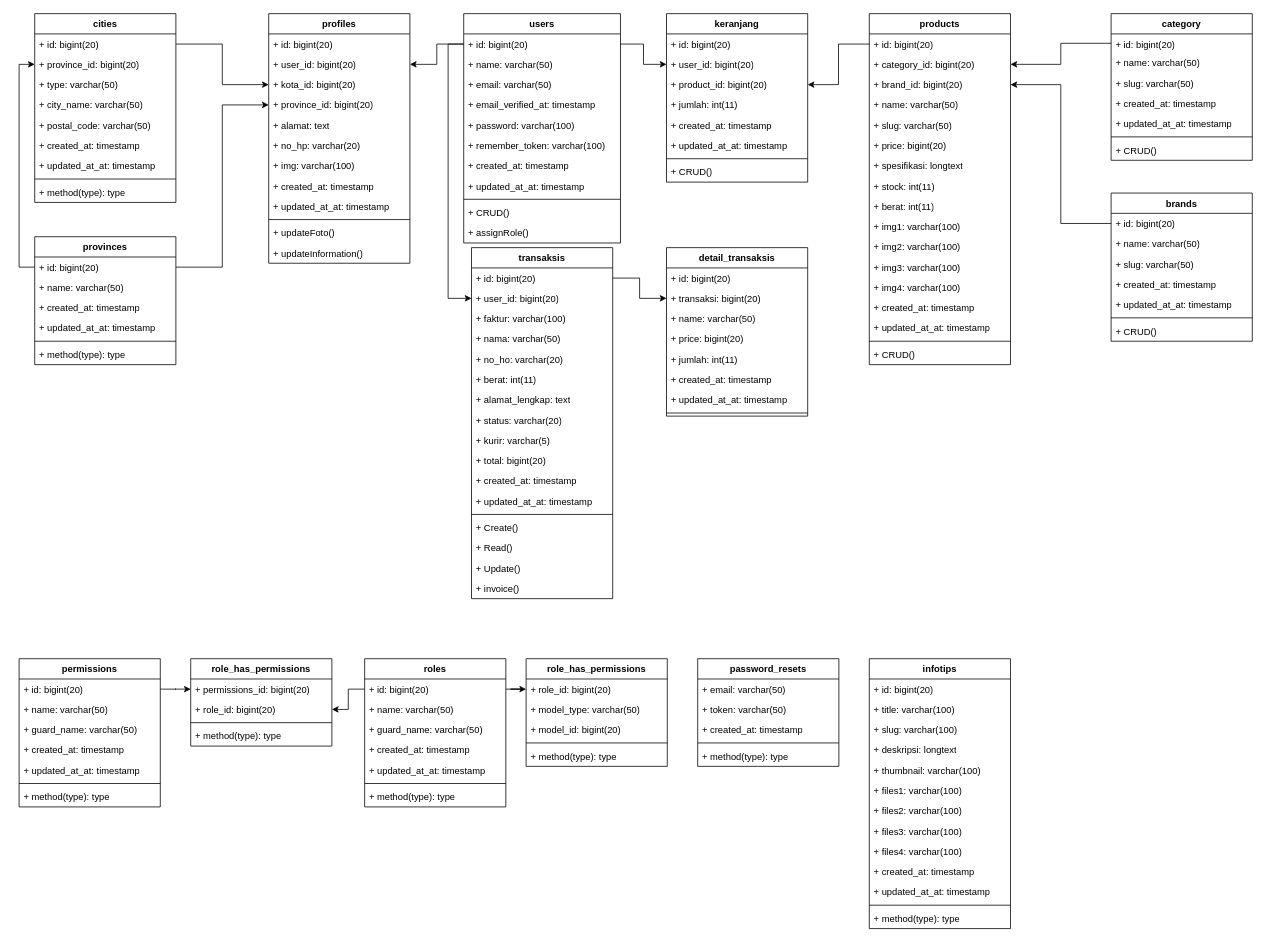
Above: page "Halaman-2" (2 of 2) of classdiagram.drawio in ThikerXCX/umltoko (draw.io), before the change. Source tidied: cells renumbered, new cells numbered last; positions are measured from the earlier drawing's top-left corner, leaving out a move shared by most shapes. Both pictures are drawn from the tidied source at 78%, with x=0, y=0 at pixel (19, 13).
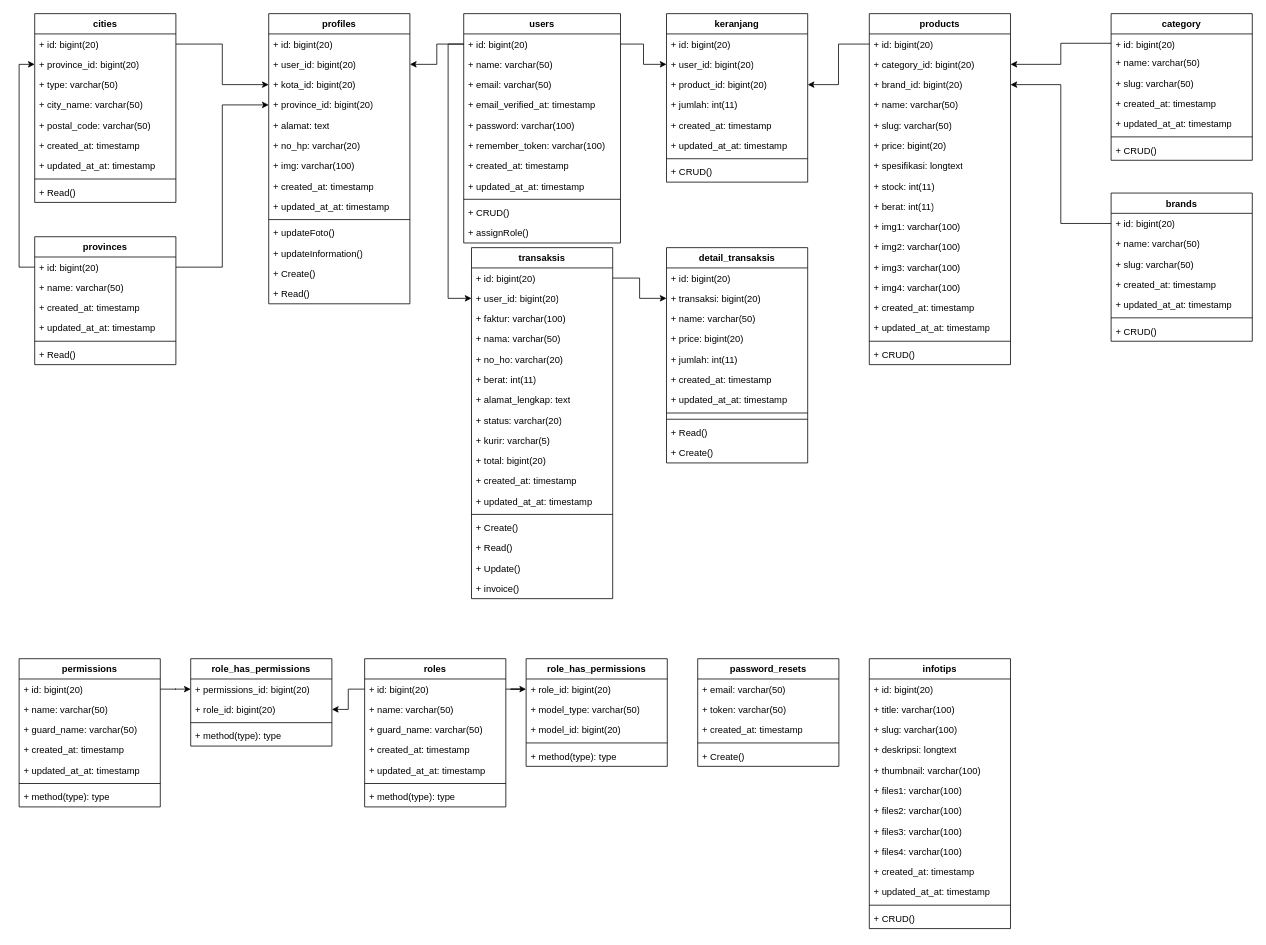
Above is the later version.

Unchanged cells that the change refers to:
```xml
<mxCell id="54" value="cities" style="swimlane;fontStyle=1;align=center;verticalAlign=top;horizontal=1;startSize=26;whiteSpace=wrap;html=1;" parent="1" vertex="1">
  <mxGeometry x="20" width="181" height="242" as="geometry" />
</mxCell>
<mxCell id="80" value="infotips" style="swimlane;fontStyle=1;align=center;verticalAlign=top;horizontal=1;startSize=26;whiteSpace=wrap;html=1;" parent="1" vertex="1">
  <mxGeometry x="1090" y="827" width="181" height="346" as="geometry" />
</mxCell>
<mxCell id="121" value="provinces" style="swimlane;fontStyle=1;align=center;verticalAlign=top;horizontal=1;startSize=26;whiteSpace=wrap;html=1;" parent="1" vertex="1">
  <mxGeometry x="20" y="286" width="181" height="164" as="geometry" />
</mxCell>
<mxCell id="155" value="password_resets" style="swimlane;fontStyle=1;align=center;verticalAlign=top;horizontal=1;startSize=26;whiteSpace=wrap;html=1;" parent="1" vertex="1">
  <mxGeometry x="870" y="827" width="181" height="138" as="geometry" />
</mxCell>
```

What changed in the source:
```diff
@@
     <mxCell id="2" value="profiles" style="swimlane;fontStyle=1;align=center;verticalAlign=top;horizontal=1;startSize=26;whiteSpace=wrap;html=1;" parent="1" vertex="1">
-      <mxGeometry x="320" width="181" height="320" as="geometry" />
+      <mxGeometry x="320" width="181" height="372" as="geometry" />
     </mxCell>
@@
+    <mxCell id="174" value="+ Create()" style="text;strokeColor=none;fillColor=none;align=left;verticalAlign=top;spacingLeft=4;spacingRight=4;overflow=hidden;whiteSpace=wrap;html=1;" parent="2" vertex="1">
+      <mxGeometry y="320" width="181" height="26" as="geometry" />
+    </mxCell>
+    <mxCell id="175" value="+ Read()" style="text;strokeColor=none;fillColor=none;align=left;verticalAlign=top;spacingLeft=4;spacingRight=4;overflow=hidden;whiteSpace=wrap;html=1;" parent="2" vertex="1">
+      <mxGeometry y="346" width="181" height="26" as="geometry" />
+    </mxCell>
@@
-    <mxCell id="63" value="+ method(type): type" style="text;strokeColor=none;fillColor=none;align=left;verticalAlign=top;spacingLeft=4;spacingRight=4;overflow=hidden;whiteSpace=wrap;html=1;" parent="54" vertex="1">
+    <mxCell id="63" value="+ Read()" style="text;strokeColor=none;fillColor=none;align=left;verticalAlign=top;spacingLeft=4;spacingRight=4;overflow=hidden;whiteSpace=wrap;html=1;" parent="54" vertex="1">
       <mxGeometry y="216" width="181" height="26" as="geometry" />
     </mxCell>
@@
-    <mxCell id="93" value="+ method(type): type" style="text;strokeColor=none;fillColor=none;align=left;verticalAlign=top;spacingLeft=4;spacingRight=4;overflow=hidden;whiteSpace=wrap;html=1;" parent="80" vertex="1">
+    <mxCell id="93" value="+ CRUD()" style="text;strokeColor=none;fillColor=none;align=left;verticalAlign=top;spacingLeft=4;spacingRight=4;overflow=hidden;whiteSpace=wrap;html=1;" parent="80" vertex="1">
       <mxGeometry y="320" width="181" height="26" as="geometry" />
     </mxCell>
@@
     <mxCell id="112" value="detail_transaksis" style="swimlane;fontStyle=1;align=center;verticalAlign=top;horizontal=1;startSize=26;whiteSpace=wrap;html=1;" parent="1" vertex="1">
-      <mxGeometry x="830" y="300" width="181" height="216" as="geometry" />
+      <mxGeometry x="830" y="300" width="181" height="276" as="geometry" />
     </mxCell>
@@
+    <mxCell id="176" style="line;strokeWidth=1;fillColor=none;align=left;verticalAlign=middle;spacingTop=-1;spacingLeft=3;spacingRight=3;labelPosition=right;strokeColor=inherit;" parent="112" vertex="1">
+      <mxGeometry y="216" width="181" height="8" as="geometry" />
+    </mxCell>
+    <mxCell id="177" value="+ Read()" style="text;strokeColor=none;fillColor=none;align=left;verticalAlign=top;spacingLeft=4;spacingRight=4;overflow=hidden;whiteSpace=wrap;html=1;" parent="112" vertex="1">
+      <mxGeometry y="224" width="181" height="26" as="geometry" />
+    </mxCell>
+    <mxCell id="178" value="+ Create()" style="text;strokeColor=none;fillColor=none;align=left;verticalAlign=top;spacingLeft=4;spacingRight=4;overflow=hidden;whiteSpace=wrap;html=1;" parent="112" vertex="1">
+      <mxGeometry y="250" width="181" height="26" as="geometry" />
+    </mxCell>
@@
-    <mxCell id="127" value="+ method(type): type" style="text;strokeColor=none;fillColor=none;align=left;verticalAlign=top;spacingLeft=4;spacingRight=4;overflow=hidden;whiteSpace=wrap;html=1;" parent="121" vertex="1">
+    <mxCell id="127" value="+ Read()" style="text;strokeColor=none;fillColor=none;align=left;verticalAlign=top;spacingLeft=4;spacingRight=4;overflow=hidden;whiteSpace=wrap;html=1;" parent="121" vertex="1">
       <mxGeometry y="138" width="181" height="26" as="geometry" />
     </mxCell>
@@
-    <mxCell id="160" value="+ method(type): type" style="text;strokeColor=none;fillColor=none;align=left;verticalAlign=top;spacingLeft=4;spacingRight=4;overflow=hidden;whiteSpace=wrap;html=1;" parent="155" vertex="1">
+    <mxCell id="160" value="+ Create()" style="text;strokeColor=none;fillColor=none;align=left;verticalAlign=top;spacingLeft=4;spacingRight=4;overflow=hidden;whiteSpace=wrap;html=1;" parent="155" vertex="1">
       <mxGeometry y="112" width="181" height="26" as="geometry" />
     </mxCell>
```
